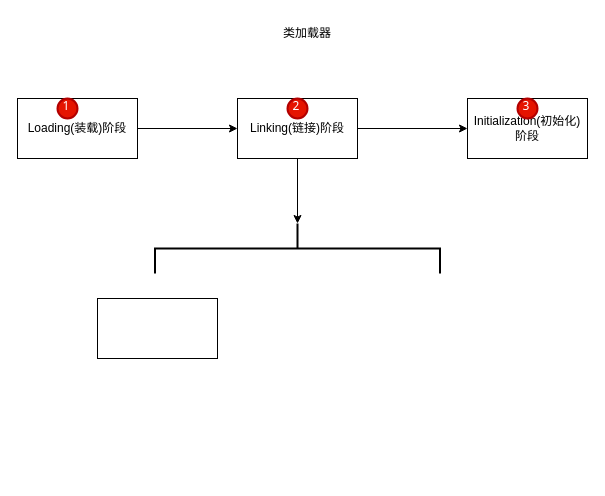
Above: page "类加载器" (2 of 2) of jvm.drawio in rea-leaf/diagrams-data (draw.io), before the change. Source tidied: cells renumbered, new cells numbered last; positions are measured from the earlier drawing's top-left corner, leaving out a move shared by most shapes. Both pictures are drawn from the tidied source at 100%, with x=0, y=0 at pixel (17, 18).
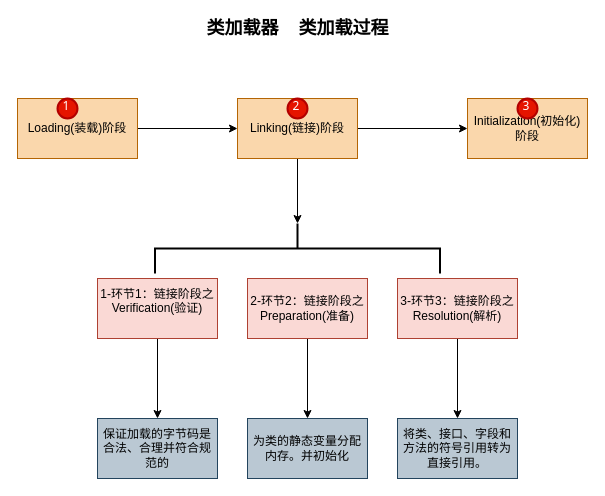
Above is the later version.

What changed in the source:
```diff
@@
-    <mxCell id="3" value="Loading(装载)阶段" style="rounded=0;whiteSpace=wrap;html=1;" parent="1" vertex="1">
+    <mxCell id="3" value="Loading(装载)阶段" style="rounded=0;whiteSpace=wrap;html=1;fillColor=#fad7ac;strokeColor=#b46504;" parent="1" vertex="1">
       <mxGeometry y="80" width="120" height="60" as="geometry" />
     </mxCell>
-    <mxCell id="4" value="类加载器" style="text;html=1;strokeColor=none;fillColor=none;align=center;verticalAlign=middle;whiteSpace=wrap;rounded=0;" parent="1" vertex="1">
-      <mxGeometry x="260" width="60" height="30" as="geometry" />
+    <mxCell id="4" value="&lt;b&gt;&lt;font style=&quot;font-size: 18px;&quot;&gt;类加载器&amp;nbsp; &amp;nbsp; 类加载过程&lt;/font&gt;&lt;/b&gt;" style="text;html=1;strokeColor=none;fillColor=none;align=center;verticalAlign=middle;whiteSpace=wrap;rounded=0;" parent="1" vertex="1">
+      <mxGeometry x="172.5" width="215" height="20" as="geometry" />
     </mxCell>
@@
-    <mxCell id="7" value="Linking(链接)阶段" style="whiteSpace=wrap;html=1;rounded=0;" parent="1" vertex="1">
+    <mxCell id="7" value="Linking(链接)阶段" style="whiteSpace=wrap;html=1;rounded=0;fillColor=#fad7ac;strokeColor=#b46504;" parent="1" vertex="1">
       <mxGeometry x="220" y="80" width="120" height="60" as="geometry" />
     </mxCell>
-    <mxCell id="8" value="Initialization(初始化)阶段" style="whiteSpace=wrap;html=1;rounded=0;" parent="1" vertex="1">
+    <mxCell id="8" value="Initialization(初始化)阶段" style="whiteSpace=wrap;html=1;rounded=0;fillColor=#fad7ac;strokeColor=#b46504;" parent="1" vertex="1">
       <mxGeometry x="450" y="80" width="120" height="60" as="geometry" />
     </mxCell>
@@
+    <mxCell id="14" style="edgeStyle=orthogonalEdgeStyle;rounded=0;jettySize=auto;html=1;fontSize=18;" parent="1" edge="1" source="10" target="19">
+      <mxGeometry relative="1" as="geometry" />
+    </mxCell>
-    <mxCell id="10" style="rounded=0;whiteSpace=wrap;html=1;" parent="1" vertex="1">
-      <mxGeometry x="80" y="280" width="120" height="60" as="geometry" />
+    <mxCell id="10" value="1-环节1：链接阶段之Verification(验证)&lt;br&gt;&lt;br&gt;" style="rounded=0;whiteSpace=wrap;html=1;fillColor=#fad9d5;strokeColor=#ae4132;" parent="1" vertex="1">
+      <mxGeometry x="80" y="260" width="120" height="60" as="geometry" />
     </mxCell>
@@
+    <mxCell id="15" style="edgeStyle=orthogonalEdgeStyle;rounded=0;jettySize=auto;html=1;fontSize=18;" parent="1" edge="1" source="16" target="20">
+      <mxGeometry relative="1" as="geometry" />
+    </mxCell>
+    <mxCell id="16" value="2-环节2：链接阶段之Preparation(准备)" style="rounded=0;whiteSpace=wrap;html=1;fillColor=#fad9d5;strokeColor=#ae4132;" parent="1" vertex="1">
+      <mxGeometry x="230" y="260" width="120" height="60" as="geometry" />
+    </mxCell>
+    <mxCell id="17" style="edgeStyle=orthogonalEdgeStyle;rounded=0;jettySize=auto;html=1;fontSize=18;" parent="1" edge="1" source="18" target="21">
+      <mxGeometry relative="1" as="geometry" />
+    </mxCell>
+    <mxCell id="18" value="3-环节3：链接阶段之Resolution(解析)" style="rounded=0;whiteSpace=wrap;html=1;fillColor=#fad9d5;strokeColor=#ae4132;" parent="1" vertex="1">
+      <mxGeometry x="380" y="260" width="120" height="60" as="geometry" />
+    </mxCell>
+    <mxCell id="19" value="保证加载的字节码是合法、合理并符合规范的" style="rounded=0;whiteSpace=wrap;html=1;fillColor=#bac8d3;strokeColor=#23445d;" parent="1" vertex="1">
+      <mxGeometry x="80" y="400" width="120" height="60" as="geometry" />
+    </mxCell>
+    <mxCell id="20" value="为类的静态变量分配内存。并初始化" style="rounded=0;whiteSpace=wrap;html=1;fillColor=#bac8d3;strokeColor=#23445d;" parent="1" vertex="1">
+      <mxGeometry x="230" y="400" width="120" height="60" as="geometry" />
+    </mxCell>
+    <mxCell id="21" value="将类、接口、字段和方法的符号引用转为直接引用。" style="rounded=0;whiteSpace=wrap;html=1;fillColor=#bac8d3;strokeColor=#23445d;" parent="1" vertex="1">
+      <mxGeometry x="380" y="400" width="120" height="60" as="geometry" />
+    </mxCell>
```
